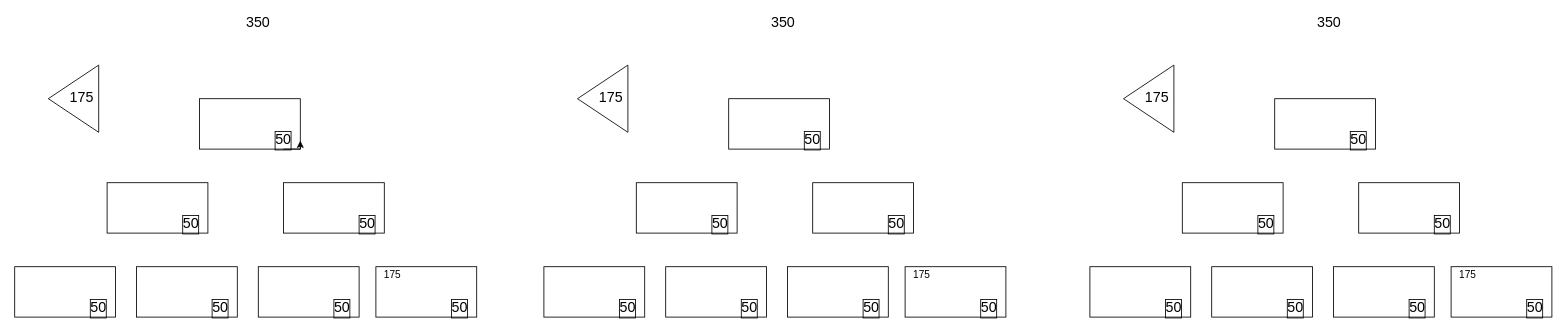
The draw.io diagram Untitled Diagram.drawio in lotnetwork/Spoon-Knife, before the edit. Source tidied: cells renumbered, new cells numbered last; positions are measured from the earlier drawing's top-left corner, leaving out a move shared by most shapes. Both pictures are drawn from the tidied source at 84%, with x=0, y=0 at pixel (14, 14).
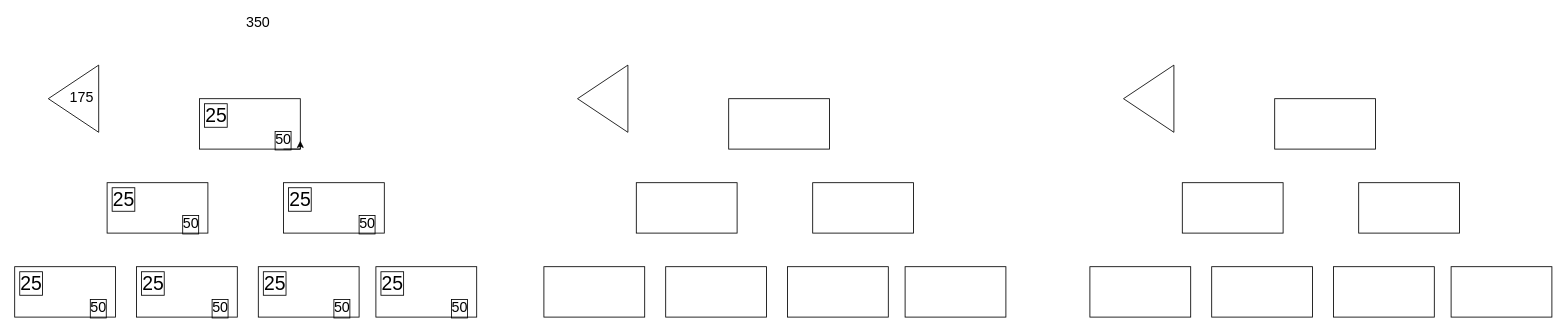
Above is the later version.

Diff of the diagram source:
```diff
@@
-    <mxCell id="19" value="175" style="text;html=1;strokeColor=none;fillColor=none;align=center;verticalAlign=middle;whiteSpace=wrap;rounded=0;" parent="1" vertex="1">
-      <mxGeometry x="430" y="300" width="40" height="20" as="geometry" />
-    </mxCell>
@@
-    <mxCell id="27" value="50" style="text;html=1;strokeColor=none;fillColor=none;align=center;verticalAlign=middle;whiteSpace=wrap;rounded=0;labelBorderColor=#000000;fontSize=17;" parent="1" vertex="1">
-      <mxGeometry x="930" y="140" width="40" height="20" as="geometry" />
-    </mxCell>
-    <mxCell id="28" value="50" style="text;html=1;strokeColor=none;fillColor=none;align=center;verticalAlign=middle;whiteSpace=wrap;rounded=0;labelBorderColor=#000000;fontSize=17;" parent="1" vertex="1">
-      <mxGeometry x="1030" y="240" width="40" height="20" as="geometry" />
-    </mxCell>
-    <mxCell id="29" value="50" style="text;html=1;strokeColor=none;fillColor=none;align=center;verticalAlign=middle;whiteSpace=wrap;rounded=0;labelBorderColor=#000000;fontSize=17;" parent="1" vertex="1">
-      <mxGeometry x="820" y="240" width="40" height="20" as="geometry" />
-    </mxCell>
-    <mxCell id="30" value="50" style="text;html=1;strokeColor=none;fillColor=none;align=center;verticalAlign=middle;whiteSpace=wrap;rounded=0;labelBorderColor=#000000;fontSize=17;" parent="1" vertex="1">
-      <mxGeometry x="855" y="340" width="40" height="20" as="geometry" />
-    </mxCell>
-    <mxCell id="31" value="50" style="text;html=1;strokeColor=none;fillColor=none;align=center;verticalAlign=middle;whiteSpace=wrap;rounded=0;labelBorderColor=#000000;fontSize=17;" parent="1" vertex="1">
-      <mxGeometry x="1000" y="340" width="40" height="20" as="geometry" />
-    </mxCell>
-    <mxCell id="32" value="50" style="text;html=1;strokeColor=none;fillColor=none;align=center;verticalAlign=middle;whiteSpace=wrap;rounded=0;labelBorderColor=#000000;fontSize=17;" parent="1" vertex="1">
-      <mxGeometry x="1140" y="340" width="40" height="20" as="geometry" />
-    </mxCell>
-    <mxCell id="33" value="50" style="text;html=1;strokeColor=none;fillColor=none;align=center;verticalAlign=middle;whiteSpace=wrap;rounded=0;labelBorderColor=#000000;fontSize=17;" parent="1" vertex="1">
-      <mxGeometry x="710" y="340" width="40" height="20" as="geometry" />
-    </mxCell>
-    <mxCell id="34" value="350" style="text;html=1;strokeColor=none;fillColor=none;align=center;verticalAlign=middle;whiteSpace=wrap;rounded=0;fontSize=17;" parent="1" vertex="1">
-      <mxGeometry x="895" width="40" height="20" as="geometry" />
-    </mxCell>
@@
-    <mxCell id="36" value="175" style="text;html=1;strokeColor=none;fillColor=none;align=center;verticalAlign=middle;whiteSpace=wrap;rounded=0;fontSize=17;" parent="1" vertex="1">
-      <mxGeometry x="690" y="90" width="40" height="20" as="geometry" />
-    </mxCell>
-    <mxCell id="37" value="175" style="text;html=1;strokeColor=none;fillColor=none;align=center;verticalAlign=middle;whiteSpace=wrap;rounded=0;" parent="1" vertex="1">
-      <mxGeometry x="1060" y="300" width="40" height="20" as="geometry" />
-    </mxCell>
@@
-    <mxCell id="46" value="50" style="text;html=1;strokeColor=none;fillColor=none;align=center;verticalAlign=middle;whiteSpace=wrap;rounded=0;labelBorderColor=#000000;fontSize=17;" parent="1" vertex="1">
-      <mxGeometry x="1580" y="140" width="40" height="20" as="geometry" />
-    </mxCell>
-    <mxCell id="47" value="50" style="text;html=1;strokeColor=none;fillColor=none;align=center;verticalAlign=middle;whiteSpace=wrap;rounded=0;labelBorderColor=#000000;fontSize=17;" parent="1" vertex="1">
-      <mxGeometry x="1680" y="240" width="40" height="20" as="geometry" />
-    </mxCell>
-    <mxCell id="48" value="50" style="text;html=1;strokeColor=none;fillColor=none;align=center;verticalAlign=middle;whiteSpace=wrap;rounded=0;labelBorderColor=#000000;fontSize=17;" parent="1" vertex="1">
-      <mxGeometry x="1470" y="240" width="40" height="20" as="geometry" />
-    </mxCell>
-    <mxCell id="49" value="50" style="text;html=1;strokeColor=none;fillColor=none;align=center;verticalAlign=middle;whiteSpace=wrap;rounded=0;labelBorderColor=#000000;fontSize=17;" parent="1" vertex="1">
-      <mxGeometry x="1505" y="340" width="40" height="20" as="geometry" />
-    </mxCell>
-    <mxCell id="50" value="50" style="text;html=1;strokeColor=none;fillColor=none;align=center;verticalAlign=middle;whiteSpace=wrap;rounded=0;labelBorderColor=#000000;fontSize=17;" parent="1" vertex="1">
-      <mxGeometry x="1650" y="340" width="40" height="20" as="geometry" />
-    </mxCell>
-    <mxCell id="51" value="50" style="text;html=1;strokeColor=none;fillColor=none;align=center;verticalAlign=middle;whiteSpace=wrap;rounded=0;labelBorderColor=#000000;fontSize=17;" parent="1" vertex="1">
-      <mxGeometry x="1790" y="340" width="40" height="20" as="geometry" />
-    </mxCell>
-    <mxCell id="52" value="50" style="text;html=1;strokeColor=none;fillColor=none;align=center;verticalAlign=middle;whiteSpace=wrap;rounded=0;labelBorderColor=#000000;fontSize=17;" parent="1" vertex="1">
-      <mxGeometry x="1360" y="340" width="40" height="20" as="geometry" />
-    </mxCell>
-    <mxCell id="53" value="350" style="text;html=1;strokeColor=none;fillColor=none;align=center;verticalAlign=middle;whiteSpace=wrap;rounded=0;fontSize=17;" parent="1" vertex="1">
-      <mxGeometry x="1545" width="40" height="20" as="geometry" />
-    </mxCell>
@@
-    <mxCell id="55" value="175" style="text;html=1;strokeColor=none;fillColor=none;align=center;verticalAlign=middle;whiteSpace=wrap;rounded=0;fontSize=17;" parent="1" vertex="1">
-      <mxGeometry x="1340" y="90" width="40" height="20" as="geometry" />
-    </mxCell>
-    <mxCell id="56" value="175" style="text;html=1;strokeColor=none;fillColor=none;align=center;verticalAlign=middle;whiteSpace=wrap;rounded=0;" parent="1" vertex="1">
-      <mxGeometry x="1710" y="300" width="40" height="20" as="geometry" />
-    </mxCell>
+    <mxCell id="57" value="25" style="text;html=1;strokeColor=none;fillColor=none;align=center;verticalAlign=middle;whiteSpace=wrap;rounded=0;labelBorderColor=#000000;fontSize=23;" parent="1" vertex="1">
+      <mxGeometry x="220" y="110" width="40" height="20" as="geometry" />
+    </mxCell>
+    <mxCell id="58" value="25" style="text;html=1;strokeColor=none;fillColor=none;align=center;verticalAlign=middle;whiteSpace=wrap;rounded=0;labelBorderColor=#000000;fontSize=23;" parent="1" vertex="1">
+      <mxGeometry x="110" y="210" width="40" height="20" as="geometry" />
+    </mxCell>
+    <mxCell id="59" value="25" style="text;html=1;strokeColor=none;fillColor=none;align=center;verticalAlign=middle;whiteSpace=wrap;rounded=0;labelBorderColor=#000000;fontSize=23;" parent="1" vertex="1">
+      <mxGeometry y="310" width="40" height="20" as="geometry" />
+    </mxCell>
+    <mxCell id="60" value="25" style="text;html=1;strokeColor=none;fillColor=none;align=center;verticalAlign=middle;whiteSpace=wrap;rounded=0;labelBorderColor=#000000;fontSize=23;" parent="1" vertex="1">
+      <mxGeometry x="145" y="310" width="40" height="20" as="geometry" />
+    </mxCell>
+    <mxCell id="61" value="25" style="text;html=1;strokeColor=none;fillColor=none;align=center;verticalAlign=middle;whiteSpace=wrap;rounded=0;labelBorderColor=#000000;fontSize=23;" parent="1" vertex="1">
+      <mxGeometry x="290" y="310" width="40" height="20" as="geometry" />
+    </mxCell>
+    <mxCell id="62" value="25" style="text;html=1;strokeColor=none;fillColor=none;align=center;verticalAlign=middle;whiteSpace=wrap;rounded=0;labelBorderColor=#000000;fontSize=23;" parent="1" vertex="1">
+      <mxGeometry x="320" y="210" width="40" height="20" as="geometry" />
+    </mxCell>
+    <mxCell id="63" value="25" style="text;html=1;strokeColor=none;fillColor=none;align=center;verticalAlign=middle;whiteSpace=wrap;rounded=0;labelBorderColor=#000000;fontSize=23;" parent="1" vertex="1">
+      <mxGeometry x="430" y="310" width="40" height="20" as="geometry" />
+    </mxCell>
```
